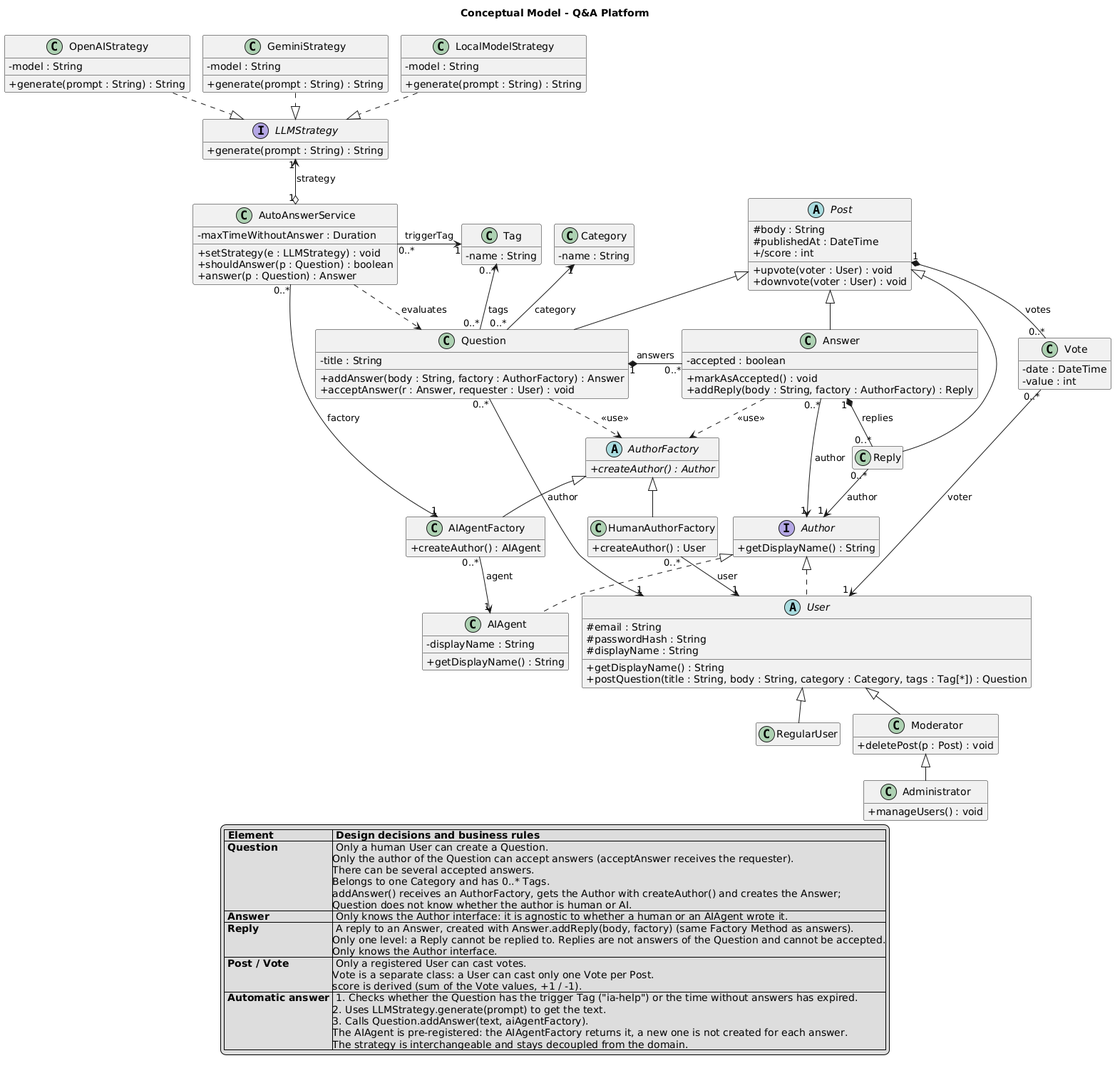
Before: docs/deliverables/class-diagram.png, a diagram exported from PlantUML (lau-luna/proyecto-isi).
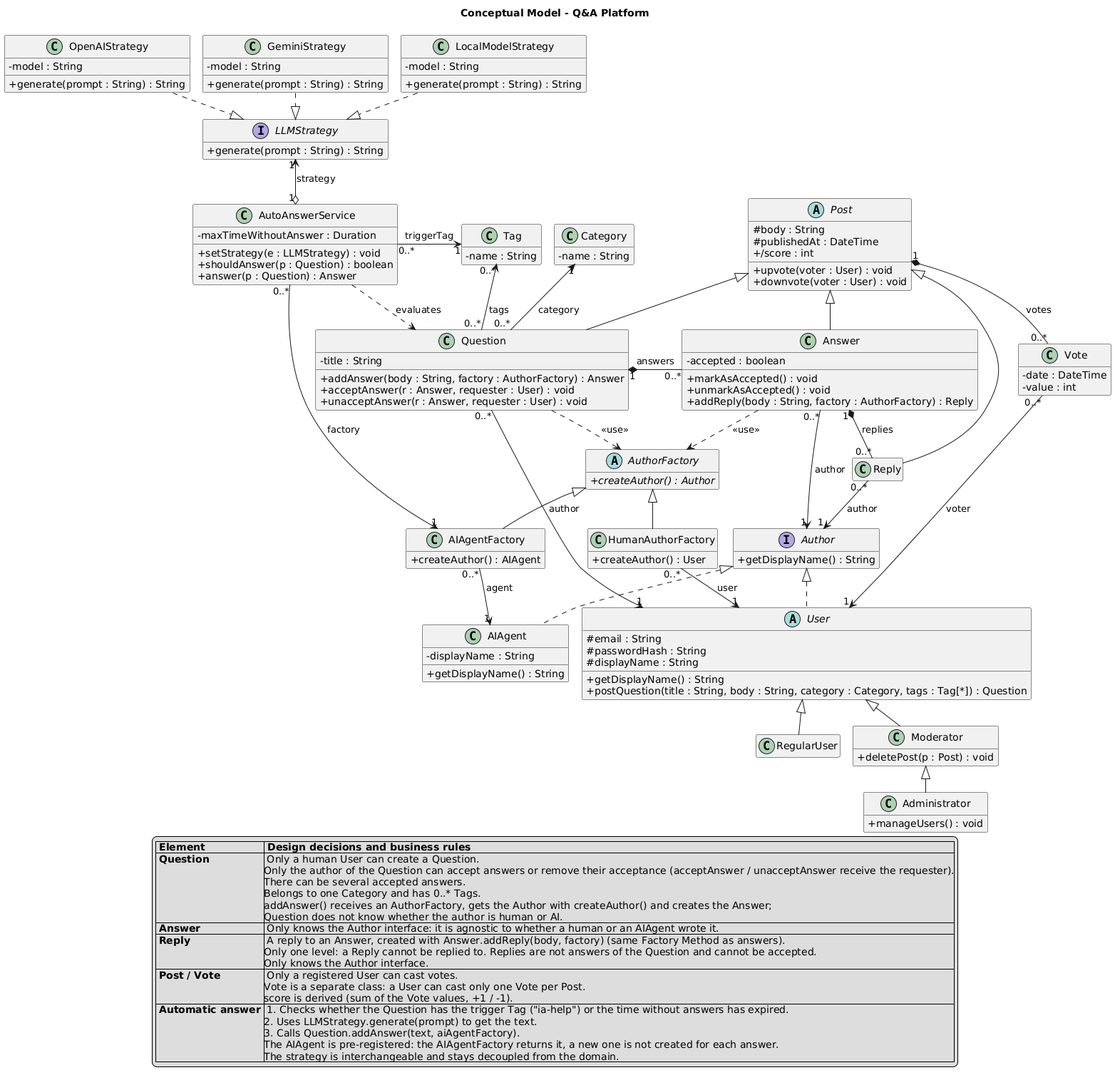
After the change.

Commit message:
feat: let the question author remove the acceptance of an answer. Refs #9

Diff of the diagram source:
```diff
@@ -72,11 +72,13 @@
   - title : String
   + addAnswer(body : String, factory : AuthorFactory) : Answer
   + acceptAnswer(r : Answer, requester : User) : void
+  + unacceptAnswer(r : Answer, requester : User) : void
 }
 
 class Answer {
   - accepted : boolean
   + markAsAccepted() : void
+  + unmarkAsAccepted() : void
   + addReply(body : String, factory : AuthorFactory) : Reply
 }
 
@@ -160,7 +162,7 @@
 
 legend bottom
   |= Element |= Design decisions and business rules |
-  | **Question** | Only a human User can create a Question.\nOnly the author of the Question can accept answers (acceptAnswer receives the requester).\nThere can be several accepted answers.\nBelongs to one Category and has 0..* Tags.\naddAnswer() receives an AuthorFactory, gets the Author with createAuthor() and creates the Answer;\nQuestion does not know whether the author is human or AI. |
+  | **Question** | Only a human User can create a Question.\nOnly the author of the Question can accept answers or remove their acceptance (acceptAnswer / unacceptAnswer receive the requester).\nThere can be several accepted answers.\nBelongs to one Category and has 0..* Tags.\naddAnswer() receives an AuthorFactory, gets the Author with createAuthor() and creates the Answer;\nQuestion does not know whether the author is human or AI. |
   | **Answer** | Only knows the Author interface: it is agnostic to whether a human or an AIAgent wrote it. |
   | **Reply** | A reply to an Answer, created with Answer.addReply(body, factory) (same Factory Method as answers).\nOnly one level: a Reply cannot be replied to. Replies are not answers of the Question and cannot be accepted.\nOnly knows the Author interface. |
   | **Post / Vote** | Only a registered User can cast votes.\nVote is a separate class: a User can cast only one Vote per Post.\nscore is derived (sum of the Vote values, +1 / -1). |
```
